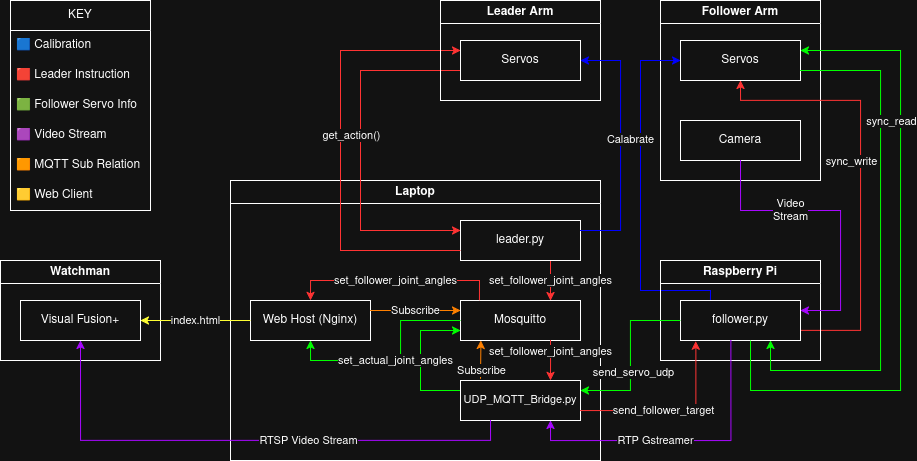
Earlier version of the draw.io export docs/img/SO-101-Digital-Twin-Diagram.png (ND-Rinicom/SO-ARM101-Digital-Twin). Source tidied: cells renumbered, new cells last; positions are measured from the earlier drawing's top-left corner, leaving out a move shared by most shapes.
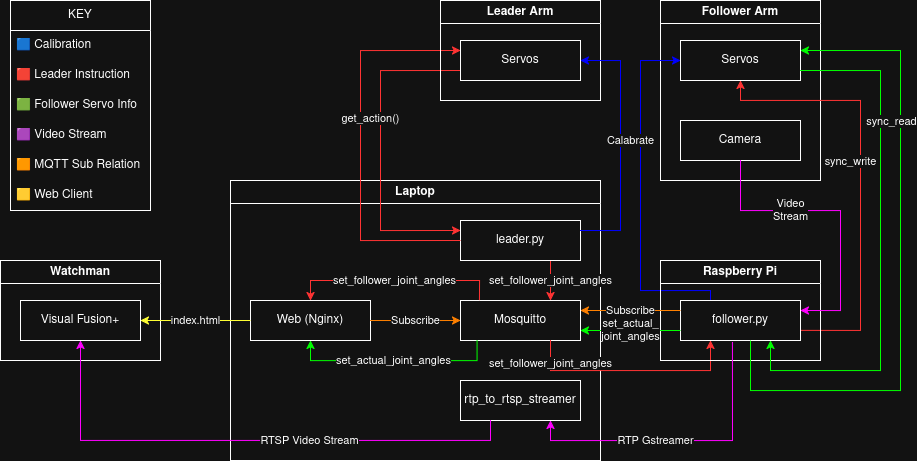
After the commit.

Diff of the diagram source:
```diff
@@ -14,103 +14,87 @@
     <mxCell id="5" value="Mosquitto" style="rounded=0;whiteSpace=wrap;html=1;" parent="2" vertex="1">
       <mxGeometry x="230" y="120" width="120" height="40" as="geometry" />
     </mxCell>
-    <mxCell id="6" style="edgeStyle=orthogonalEdgeStyle;rounded=0;jettySize=auto;html=1;exitX=0;exitY=0.25;exitDx=0;exitDy=0;entryX=0;entryY=0.75;entryDx=0;entryDy=0;strokeColor=light-dark(#000000,#00FF00);" parent="2" edge="1" source="9" target="5">
-      <mxGeometry relative="1" as="geometry">
-        <Array as="points">
-          <mxPoint x="190" y="210" />
-          <mxPoint x="190" y="150" />
-        </Array>
-      </mxGeometry>
-    </mxCell>
-    <mxCell id="7" style="edgeStyle=orthogonalEdgeStyle;rounded=0;orthogonalLoop=1;jettySize=auto;html=1;exitX=0.063;exitY=-0.043;exitDx=0;exitDy=0;strokeColor=light-dark(#000000,#FF8000);exitPerimeter=0;" parent="2" edge="1">
-      <mxGeometry relative="1" as="geometry">
-        <mxPoint x="250" y="198.3" as="sourcePoint" />
-        <mxPoint x="250.4" y="160" as="targetPoint" />
-      </mxGeometry>
-    </mxCell>
-    <mxCell id="8" value="Subscribe" style="edgeLabel;html=1;align=center;verticalAlign=middle;" parent="7" vertex="1">
-      <mxGeometry x="-0.02" y="2" relative="1" as="geometry">
-        <mxPoint x="2" y="10" as="offset" />
-      </mxGeometry>
-    </mxCell>
-    <mxCell id="9" value="&lt;font style=&quot;font-size: 11px;&quot;&gt;UDP_MQTT_Bridge.py&lt;/font&gt;" style="rounded=0;whiteSpace=wrap;html=1;" parent="2" vertex="1">
-      <mxGeometry x="230" y="200" width="120" height="40" as="geometry" />
-    </mxCell>
-    <mxCell id="10" value="Web Host (Nginx)" style="rounded=0;whiteSpace=wrap;html=1;" parent="2" vertex="1">
-      <mxGeometry x="20" y="120" width="120" height="40" as="geometry" />
-    </mxCell>
+    <mxCell id="51" value="rtp_to_rtsp_streamer" style="rounded=0;whiteSpace=wrap;html=1;" parent="2" vertex="1">
+      <mxGeometry x="230" y="200" width="120" height="40" as="geometry" />
+    </mxCell>
+    <mxCell id="52" value="Web (Nginx)" style="rounded=0;whiteSpace=wrap;html=1;" parent="2" vertex="1">
+      <mxGeometry x="20" y="120" width="120" height="40" as="geometry" />
+    </mxCell>
-    <mxCell id="11" value="set_follower_joint_angles" style="edgeStyle=orthogonalEdgeStyle;rounded=0;jettySize=auto;html=1;exitX=0.158;exitY=-0.006;exitDx=0;exitDy=0;entryX=0.5;entryY=0;entryDx=0;entryDy=0;strokeColor=light-dark(#000000,#FF3333);exitPerimeter=0;" parent="2" edge="1" source="5" target="10">
+    <mxCell id="11" value="set_follower_joint_angles" style="edgeStyle=orthogonalEdgeStyle;rounded=0;jettySize=auto;html=1;exitX=0.158;exitY=-0.006;exitDx=0;exitDy=0;entryX=0.5;entryY=0;entryDx=0;entryDy=0;strokeColor=light-dark(#000000,#FF3333);exitPerimeter=0;" parent="2" edge="1" source="5" target="52">
       <mxGeometry relative="1" as="geometry" />
     </mxCell>
-    <mxCell id="12" value="Subscribe" style="edgeStyle=orthogonalEdgeStyle;rounded=0;jettySize=auto;html=1;exitX=1;exitY=0.25;exitDx=0;exitDy=0;entryX=0;entryY=0.25;entryDx=0;entryDy=0;strokeColor=light-dark(#000000,#FF8000);" parent="2" edge="1" source="10" target="5">
+    <mxCell id="12" value="Subscribe" style="edgeStyle=orthogonalEdgeStyle;rounded=0;jettySize=auto;html=1;entryX=0;entryY=0.5;entryDx=0;entryDy=0;strokeColor=light-dark(#000000,#FF8000);" parent="2" edge="1" target="5">
       <mxGeometry relative="1" as="geometry">
+        <mxPoint x="140" y="140" as="sourcePoint" />
         <Array as="points">
-          <mxPoint x="150" y="130" />
-          <mxPoint x="150" y="130" />
+          <mxPoint x="190" y="140" />
+          <mxPoint x="190" y="140" />
         </Array>
       </mxGeometry>
     </mxCell>
-    <mxCell id="13" value="&lt;div&gt;set_follower_joint_angles&lt;/div&gt;" style="edgeStyle=orthogonalEdgeStyle;rounded=0;orthogonalLoop=1;jettySize=auto;html=1;exitX=0.75;exitY=1;exitDx=0;exitDy=0;entryX=0.75;entryY=0;entryDx=0;entryDy=0;strokeColor=light-dark(#000000,#FF3333);" parent="2" edge="1">
-      <mxGeometry x="-0.52" relative="1" as="geometry">
-        <mxPoint x="320" y="160" as="sourcePoint" />
-        <mxPoint x="320" y="200" as="targetPoint" />
-      </mxGeometry>
-    </mxCell>
+    <mxCell id="53" value="&lt;div&gt;set_follower_joint_angles&lt;/div&gt;" style="edgeStyle=orthogonalEdgeStyle;rounded=0;jettySize=auto;html=1;exitX=0.75;exitY=1;exitDx=0;exitDy=0;entryX=0.25;entryY=1;entryDx=0;entryDy=0;strokeColor=light-dark(#000000,#FF3333);" parent="2" edge="1" target="30">
+      <mxGeometry x="-0.79" relative="1" as="geometry">
+        <mxPoint x="320" y="160" as="sourcePoint" />
+        <Array as="points">
+          <mxPoint x="320" y="190" />
+          <mxPoint x="480" y="190" />
+        </Array>
+      </mxGeometry>
+    </mxCell>
-    <mxCell id="14" value="set_actual_joint_angles" style="edgeStyle=orthogonalEdgeStyle;rounded=0;jettySize=auto;html=1;exitX=0;exitY=0.5;exitDx=0;exitDy=0;entryX=0.5;entryY=1;entryDx=0;entryDy=0;strokeColor=light-dark(#000000,#00FF00);" parent="2" edge="1" source="5" target="10">
+    <mxCell id="14" value="set_actual_joint_angles" style="edgeStyle=orthogonalEdgeStyle;rounded=0;jettySize=auto;html=1;exitX=0.138;exitY=0.986;exitDx=0;exitDy=0;entryX=0.5;entryY=1;entryDx=0;entryDy=0;strokeColor=light-dark(#000000,#00FF00);exitPerimeter=0;" parent="2" edge="1" source="5" target="52">
       <mxGeometry relative="1" as="geometry">
         <Array as="points">
-          <mxPoint x="170" y="140" />
-          <mxPoint x="170" y="180" />
+          <mxPoint x="247" y="180" />
           <mxPoint x="80" y="180" />
         </Array>
       </mxGeometry>
     </mxCell>
-    <mxCell id="15" style="edgeStyle=orthogonalEdgeStyle;rounded=0;jettySize=auto;html=1;exitX=0;exitY=0.75;exitDx=0;exitDy=0;entryX=0;entryY=0.25;entryDx=0;entryDy=0;strokeColor=light-dark(#000000,#FF3333);" parent="1" edge="1" source="19" target="4">
-      <mxGeometry relative="1" as="geometry">
-        <Array as="points">
-          <mxPoint x="360" y="70" />
-          <mxPoint x="360" y="230" />
-        </Array>
-      </mxGeometry>
-    </mxCell>
-    <mxCell id="16" style="edgeStyle=orthogonalEdgeStyle;rounded=0;jettySize=auto;html=1;exitX=0;exitY=0.75;exitDx=0;exitDy=0;strokeColor=light-dark(#000000,#FF3333);entryX=0;entryY=0.25;entryDx=0;entryDy=0;" parent="1" edge="1" source="4" target="19">
-      <mxGeometry relative="1" as="geometry">
-        <Array as="points">
-          <mxPoint x="340" y="250" />
-          <mxPoint x="340" y="50" />
-        </Array>
-      </mxGeometry>
-    </mxCell>
+    <mxCell id="54" style="edgeStyle=orthogonalEdgeStyle;rounded=0;jettySize=auto;html=1;exitX=0;exitY=0.75;exitDx=0;exitDy=0;entryX=0;entryY=0.25;entryDx=0;entryDy=0;strokeColor=light-dark(#000000,#FF3333);" parent="1" edge="1" source="56" target="4">
+      <mxGeometry relative="1" as="geometry">
+        <Array as="points">
+          <mxPoint x="380" y="70" />
+          <mxPoint x="380" y="230" />
+        </Array>
+      </mxGeometry>
+    </mxCell>
+    <mxCell id="55" style="edgeStyle=orthogonalEdgeStyle;rounded=0;jettySize=auto;html=1;exitX=0;exitY=0.5;exitDx=0;exitDy=0;strokeColor=light-dark(#000000,#FF3333);entryX=0;entryY=0.25;entryDx=0;entryDy=0;" parent="1" edge="1" source="4" target="56">
+      <mxGeometry relative="1" as="geometry">
+        <Array as="points">
+          <mxPoint x="360" y="240" />
+          <mxPoint x="360" y="50" />
+        </Array>
+      </mxGeometry>
+    </mxCell>
-    <mxCell id="17" value="get_action()" style="edgeLabel;html=1;align=center;verticalAlign=middle;" parent="16" vertex="1">
+    <mxCell id="17" value="get_action()" style="edgeLabel;html=1;align=center;verticalAlign=middle;" parent="55" vertex="1">
       <mxGeometry x="0.14" y="1" relative="1" as="geometry">
-        <mxPoint x="11" y="16" as="offset" />
+        <mxPoint x="11" as="offset" />
       </mxGeometry>
     </mxCell>
     <mxCell id="18" value="Leader Arm" style="swimlane;whiteSpace=wrap;html=1;" parent="1" vertex="1">
       <mxGeometry x="440" width="160" height="100" as="geometry" />
     </mxCell>
-    <mxCell id="19" value="&lt;div&gt;Servos&lt;/div&gt;" style="rounded=0;whiteSpace=wrap;html=1;" parent="18" vertex="1">
-      <mxGeometry x="20" y="40" width="120" height="40" as="geometry" />
-    </mxCell>
+    <mxCell id="56" value="&lt;div&gt;Servos&lt;/div&gt;" style="rounded=0;whiteSpace=wrap;html=1;" parent="18" vertex="1">
+      <mxGeometry x="20" y="40" width="120" height="40" as="geometry" />
+    </mxCell>
     <mxCell id="20" value="Follower Arm" style="swimlane;whiteSpace=wrap;html=1;" parent="1" vertex="1">
       <mxGeometry x="660" width="160" height="180" as="geometry" />
     </mxCell>
-    <mxCell id="21" value="&lt;div&gt;Servos&lt;/div&gt;" style="rounded=0;whiteSpace=wrap;html=1;" parent="20" vertex="1">
-      <mxGeometry x="20" y="40" width="120" height="40" as="geometry" />
-    </mxCell>
+    <mxCell id="57" value="&lt;div&gt;Servos&lt;/div&gt;" style="rounded=0;whiteSpace=wrap;html=1;" parent="20" vertex="1">
+      <mxGeometry x="20" y="40" width="120" height="40" as="geometry" />
+    </mxCell>
     <mxCell id="22" value="Camera" style="rounded=0;whiteSpace=wrap;html=1;" parent="20" vertex="1">
       <mxGeometry x="20" y="120" width="120" height="40" as="geometry" />
     </mxCell>
-    <mxCell id="23" style="edgeStyle=orthogonalEdgeStyle;rounded=0;jettySize=auto;html=1;entryX=0;entryY=0.5;entryDx=0;entryDy=0;fillColor=#0050ef;strokeColor=light-dark(#000000,#0000FF);exitX=0.25;exitY=0;exitDx=0;exitDy=0;" parent="1" edge="1" source="30" target="21">
-      <mxGeometry relative="1" as="geometry">
-        <Array as="points">
-          <mxPoint x="710" y="290" />
-          <mxPoint x="640" y="290" />
-          <mxPoint x="640" y="60" />
-        </Array>
-      </mxGeometry>
-    </mxCell>
+    <mxCell id="58" style="edgeStyle=orthogonalEdgeStyle;rounded=0;jettySize=auto;html=1;entryX=0;entryY=0.5;entryDx=0;entryDy=0;fillColor=#0050ef;strokeColor=light-dark(#000000,#0000FF);exitX=0.25;exitY=0;exitDx=0;exitDy=0;" parent="1" edge="1" source="30" target="57">
+      <mxGeometry relative="1" as="geometry">
+        <Array as="points">
+          <mxPoint x="710" y="290" />
+          <mxPoint x="640" y="290" />
+          <mxPoint x="640" y="60" />
+        </Array>
+      </mxGeometry>
+    </mxCell>
-    <mxCell id="24" value="Calabrate" style="edgeStyle=orthogonalEdgeStyle;rounded=0;jettySize=auto;html=1;exitX=1;exitY=0.25;exitDx=0;exitDy=0;entryX=1;entryY=0.5;entryDx=0;entryDy=0;fillColor=#0050ef;strokeColor=light-dark(#000000,#0000FF);" parent="1" edge="1" source="4" target="19">
+    <mxCell id="24" value="Calabrate" style="edgeStyle=orthogonalEdgeStyle;rounded=0;jettySize=auto;html=1;exitX=1;exitY=0.25;exitDx=0;exitDy=0;entryX=1;entryY=0.5;entryDx=0;entryDy=0;fillColor=#0050ef;strokeColor=light-dark(#000000,#0000FF);" parent="1" edge="1" source="4" target="56">
       <mxGeometry x="0.04" y="-10" relative="1" as="geometry">
         <Array as="points">
           <mxPoint x="620" y="230" />
@@ -118,16 +102,16 @@
         </Array>
       </mxGeometry>
     </mxCell>
-    <mxCell id="25" style="edgeStyle=orthogonalEdgeStyle;rounded=0;jettySize=auto;html=1;exitX=1;exitY=0.75;exitDx=0;exitDy=0;strokeColor=light-dark(#000000,#FF3333);entryX=0.5;entryY=1;entryDx=0;entryDy=0;" parent="1" edge="1" source="30" target="21">
-      <mxGeometry relative="1" as="geometry">
-        <Array as="points">
-          <mxPoint x="860" y="330" />
-          <mxPoint x="860" y="100" />
-          <mxPoint x="740" y="100" />
-        </Array>
-      </mxGeometry>
-    </mxCell>
+    <mxCell id="59" style="edgeStyle=orthogonalEdgeStyle;rounded=0;jettySize=auto;html=1;exitX=1;exitY=0.75;exitDx=0;exitDy=0;strokeColor=light-dark(#000000,#FF3333);entryX=0.5;entryY=1;entryDx=0;entryDy=0;" parent="1" edge="1" source="30" target="57">
+      <mxGeometry relative="1" as="geometry">
+        <Array as="points">
+          <mxPoint x="860" y="330" />
+          <mxPoint x="860" y="100" />
+          <mxPoint x="740" y="100" />
+        </Array>
+      </mxGeometry>
+    </mxCell>
-    <mxCell id="26" value="sync_write" style="edgeLabel;html=1;align=center;verticalAlign=middle;" parent="25" vertex="1">
+    <mxCell id="26" value="sync_write" style="edgeLabel;html=1;align=center;verticalAlign=middle;" parent="59" vertex="1">
       <mxGeometry x="-0.12" y="2" relative="1" as="geometry">
         <mxPoint x="-8" y="-40" as="offset" />
       </mxGeometry>
@@ -144,7 +128,7 @@
     <mxCell id="30" value="follower.py" style="rounded=0;whiteSpace=wrap;html=1;" parent="29" vertex="1">
       <mxGeometry x="20" y="40" width="120" height="40" as="geometry" />
     </mxCell>
-    <mxCell id="31" value="Video&lt;br&gt;Stream" style="edgeStyle=orthogonalEdgeStyle;rounded=0;jettySize=auto;html=1;exitX=0.5;exitY=1;exitDx=0;exitDy=0;entryX=1;entryY=0.25;entryDx=0;entryDy=0;strokeColor=light-dark(#000000,#A707FF);" parent="1" edge="1" source="22" target="30">
+    <mxCell id="31" value="Video&lt;br&gt;Stream" style="edgeStyle=orthogonalEdgeStyle;rounded=0;jettySize=auto;html=1;exitX=0.5;exitY=1;exitDx=0;exitDy=0;entryX=1;entryY=0.25;entryDx=0;entryDy=0;strokeColor=light-dark(#000000,#FF00FF);" parent="1" edge="1" source="22" target="30">
       <mxGeometry x="-0.31" relative="1" as="geometry">
         <Array as="points">
           <mxPoint x="740" y="210" />
@@ -153,56 +137,66 @@
         </Array>
       </mxGeometry>
     </mxCell>
-    <mxCell id="32" style="edgeStyle=orthogonalEdgeStyle;rounded=0;jettySize=auto;html=1;exitX=1;exitY=0.25;exitDx=0;exitDy=0;strokeColor=light-dark(#000000,#00FF00);endArrow=none;endFill=0;startArrow=classic;startFill=1;" parent="1" edge="1" source="21">
-      <mxGeometry relative="1" as="geometry">
-        <mxPoint x="750" y="340" as="targetPoint" />
-        <Array as="points">
-          <mxPoint x="900" y="50" />
-          <mxPoint x="900" y="390" />
-          <mxPoint x="750" y="390" />
-        </Array>
-      </mxGeometry>
-    </mxCell>
-    <mxCell id="33" style="edgeStyle=orthogonalEdgeStyle;rounded=0;jettySize=auto;html=1;exitX=1;exitY=0.75;exitDx=0;exitDy=0;entryX=0.75;entryY=1;entryDx=0;entryDy=0;strokeColor=light-dark(#000000,#00FF00);" parent="1" edge="1" source="21" target="30">
-      <mxGeometry relative="1" as="geometry">
-        <Array as="points">
-          <mxPoint x="880" y="70" />
-          <mxPoint x="880" y="370" />
-          <mxPoint x="770" y="370" />
-        </Array>
-      </mxGeometry>
-    </mxCell>
+    <mxCell id="60" style="edgeStyle=orthogonalEdgeStyle;rounded=0;jettySize=auto;html=1;exitX=1;exitY=0.25;exitDx=0;exitDy=0;strokeColor=light-dark(#000000,#00FF00);endArrow=none;endFill=0;startArrow=classic;startFill=1;" parent="1" edge="1" source="57">
+      <mxGeometry relative="1" as="geometry">
+        <mxPoint x="750" y="340" as="targetPoint" />
+        <Array as="points">
+          <mxPoint x="900" y="50" />
+          <mxPoint x="900" y="390" />
+          <mxPoint x="750" y="390" />
+        </Array>
+      </mxGeometry>
+    </mxCell>
+    <mxCell id="61" style="edgeStyle=orthogonalEdgeStyle;rounded=0;jettySize=auto;html=1;exitX=1;exitY=0.75;exitDx=0;exitDy=0;entryX=0.75;entryY=1;entryDx=0;entryDy=0;strokeColor=light-dark(#000000,#00FF00);" parent="1" edge="1" source="57" target="30">
+      <mxGeometry relative="1" as="geometry">
+        <Array as="points">
+          <mxPoint x="880" y="70" />
+          <mxPoint x="880" y="370" />
+          <mxPoint x="770" y="370" />
+        </Array>
+      </mxGeometry>
+    </mxCell>
-    <mxCell id="34" value="sync_read" style="edgeLabel;html=1;align=center;verticalAlign=middle;" parent="33" vertex="1">
+    <mxCell id="34" value="sync_read" style="edgeLabel;html=1;align=center;verticalAlign=middle;" parent="61" vertex="1">
       <mxGeometry x="0.55" y="-1" relative="1" as="geometry">
         <mxPoint x="34" y="-249" as="offset" />
       </mxGeometry>
     </mxCell>
-    <mxCell id="35" style="edgeStyle=orthogonalEdgeStyle;rounded=0;jettySize=auto;html=1;entryX=0.75;entryY=1;entryDx=0;entryDy=0;strokeColor=light-dark(#000000,#A707FF);exitX=0.42;exitY=0.992;exitDx=0;exitDy=0;exitPerimeter=0;" parent="1" edge="1" source="30" target="9">
-      <mxGeometry relative="1" as="geometry">
-        <Array as="points">
-          <mxPoint x="730" y="440" />
-          <mxPoint x="550" y="440" />
-        </Array>
-      </mxGeometry>
-    </mxCell>
+    <mxCell id="62" style="edgeStyle=orthogonalEdgeStyle;rounded=0;jettySize=auto;html=1;exitX=0;exitY=0.75;exitDx=0;exitDy=0;entryX=1;entryY=0.75;entryDx=0;entryDy=0;strokeColor=light-dark(#000000,#00FF00);" parent="1" edge="1" source="30" target="5">
+      <mxGeometry relative="1" as="geometry" />
+    </mxCell>
+    <mxCell id="63" value="&lt;div&gt;set_actual_&lt;/div&gt;&lt;div&gt;joint_angles&lt;/div&gt;" style="edgeLabel;html=1;align=center;verticalAlign=middle;" parent="62" vertex="1">
+      <mxGeometry x="0.19" y="2" relative="1" as="geometry">
+        <mxPoint x="9" y="-2" as="offset" />
+      </mxGeometry>
+    </mxCell>
+    <mxCell id="64" style="edgeStyle=orthogonalEdgeStyle;rounded=0;jettySize=auto;html=1;exitX=0.433;exitY=1.043;exitDx=0;exitDy=0;entryX=0.75;entryY=1;entryDx=0;entryDy=0;strokeColor=light-dark(#000000,#FF00FF);exitPerimeter=0;" parent="1" edge="1" source="30" target="51">
+      <mxGeometry relative="1" as="geometry">
+        <Array as="points">
+          <mxPoint x="732" y="440" />
+          <mxPoint x="550" y="440" />
+        </Array>
+      </mxGeometry>
+    </mxCell>
-    <mxCell id="36" value="RTP Gstreamer" style="edgeLabel;html=1;align=center;verticalAlign=middle;" parent="35" vertex="1">
+    <mxCell id="36" value="RTP Gstreamer" style="edgeLabel;html=1;align=center;verticalAlign=middle;" parent="64" vertex="1">
       <mxGeometry x="0.17" y="-1" relative="1" as="geometry" />
     </mxCell>
-    <mxCell id="37" style="edgeStyle=orthogonalEdgeStyle;rounded=0;jettySize=auto;html=1;exitX=0;exitY=0.5;exitDx=0;exitDy=0;entryX=1;entryY=0.25;entryDx=0;entryDy=0;strokeColor=light-dark(#000000,#00FF00);" parent="1" edge="1" source="30" target="9">
-      <mxGeometry relative="1" as="geometry" />
-    </mxCell>
-    <mxCell id="38" value="send_servo_udp" style="edgeLabel;html=1;align=center;verticalAlign=middle;" parent="37" vertex="1">
-      <mxGeometry x="0.19" y="2" relative="1" as="geometry" />
-    </mxCell>
-    <mxCell id="39" style="edgeStyle=orthogonalEdgeStyle;rounded=0;jettySize=auto;html=1;exitX=0.25;exitY=1;exitDx=0;exitDy=0;entryX=0.5;entryY=1;entryDx=0;entryDy=0;strokeColor=light-dark(#000000,#A707FF);" parent="1" edge="1" source="9" target="28">
-      <mxGeometry relative="1" as="geometry" />
-    </mxCell>
+    <mxCell id="65" style="edgeStyle=orthogonalEdgeStyle;rounded=0;jettySize=auto;html=1;exitX=0.25;exitY=1;exitDx=0;exitDy=0;entryX=0.5;entryY=1;entryDx=0;entryDy=0;strokeColor=light-dark(#000000,#FF00FF);" parent="1" edge="1" source="51" target="28">
+      <mxGeometry relative="1" as="geometry" />
+    </mxCell>
-    <mxCell id="40" value="RTSP Video Stream" style="edgeLabel;html=1;align=center;verticalAlign=middle;" parent="39" vertex="1">
+    <mxCell id="40" value="RTSP Video Stream" style="edgeLabel;html=1;align=center;verticalAlign=middle;" parent="65" vertex="1">
       <mxGeometry x="-0.24" y="-1" relative="1" as="geometry" />
     </mxCell>
-    <mxCell id="41" value="index.html" style="edgeStyle=orthogonalEdgeStyle;rounded=0;jettySize=auto;html=1;exitX=0;exitY=0.5;exitDx=0;exitDy=0;entryX=1;entryY=0.5;entryDx=0;entryDy=0;strokeColor=light-dark(#000000,#FFFF33);" parent="1" edge="1" source="10" target="28">
+    <mxCell id="41" value="index.html" style="edgeStyle=orthogonalEdgeStyle;rounded=0;jettySize=auto;html=1;exitX=0;exitY=0.5;exitDx=0;exitDy=0;entryX=1;entryY=0.5;entryDx=0;entryDy=0;strokeColor=light-dark(#000000,#FFFF33);" parent="1" edge="1" source="52" target="28">
       <mxGeometry relative="1" as="geometry" />
     </mxCell>
+    <mxCell id="66" style="edgeStyle=orthogonalEdgeStyle;rounded=0;jettySize=auto;html=1;exitX=0;exitY=0.25;exitDx=0;exitDy=0;strokeColor=light-dark(#000000,#FF8000);entryX=1;entryY=0.25;entryDx=0;entryDy=0;" parent="1" edge="1" source="30" target="5">
+      <mxGeometry relative="1" as="geometry" />
+    </mxCell>
+    <mxCell id="8" value="Subscribe" style="edgeLabel;html=1;align=center;verticalAlign=middle;" parent="66" vertex="1">
+      <mxGeometry x="-0.02" y="2" relative="1" as="geometry">
+        <mxPoint x="-1" y="-2" as="offset" />
+      </mxGeometry>
+    </mxCell>
     <mxCell id="42" value="KEY" style="swimlane;fontStyle=0;horizontal=1;startSize=30;whiteSpace=wrap;html=1;" parent="1" vertex="1">
       <mxGeometry x="10" width="140" height="210" as="geometry" />
     </mxCell>
@@ -224,11 +218,5 @@
     <mxCell id="48" value="&lt;span class=&quot;T286Pc&quot; aria-owns=&quot;action-menu-parent-container&quot;&gt;🟨 &lt;/span&gt;Web Client" style="text;strokeColor=none;fillColor=none;align=left;verticalAlign=middle;spacingLeft=4;spacingRight=4;overflow=hidden;whiteSpace=wrap;html=1;" parent="42" vertex="1">
       <mxGeometry y="180" width="140" height="30" as="geometry" />
     </mxCell>
-    <mxCell id="49" style="edgeStyle=orthogonalEdgeStyle;rounded=0;jettySize=auto;html=1;exitX=1;exitY=0.75;exitDx=0;exitDy=0;entryX=0.128;entryY=1.014;entryDx=0;entryDy=0;entryPerimeter=0;strokeColor=light-dark(#000000,#FF3333);" parent="1" edge="1" source="9" target="30">
-      <mxGeometry relative="1" as="geometry" />
-    </mxCell>
-    <mxCell id="50" value="send_follower_target" style="edgeLabel;html=1;align=center;verticalAlign=middle;" parent="49" vertex="1">
-      <mxGeometry x="-0.1" y="1" relative="1" as="geometry" />
-    </mxCell>
   </root>
 </mxGraphModel>
```
